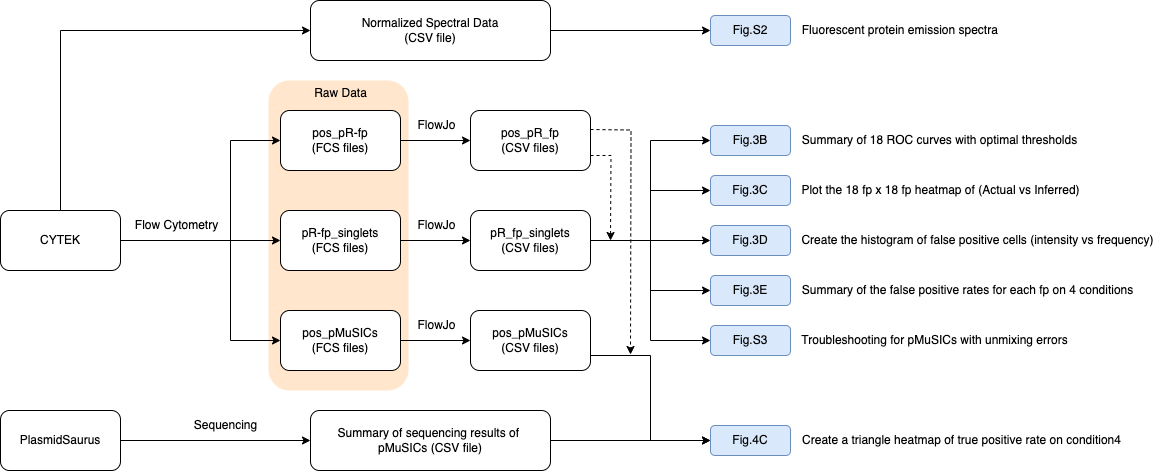
Above: structure_tree.png in birtwistlelab/MuSIC-Fluorescent-Protein-Barcodes--Spectral_Unmixing (draw.io), before the change. Source tidied: cells renumbered, new cells last; positions are measured from the earlier drawing's top-left corner, leaving out a move shared by most shapes.
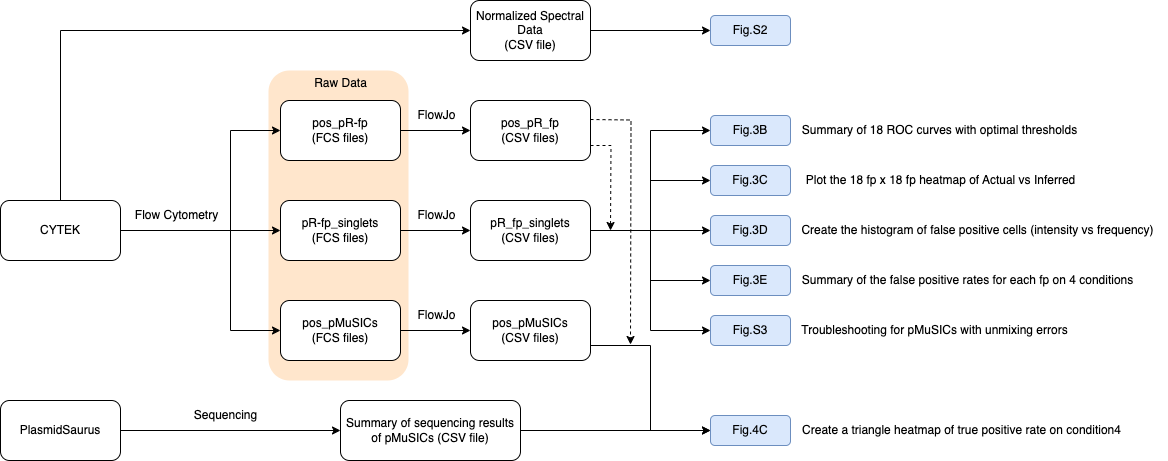
After the commit.

Change to the diagram source:
```diff
@@ -86,7 +86,7 @@
       <mxGeometry relative="1" as="geometry" />
     </mxCell>
     <mxCell id="28" value="Normalized Spectral Data&lt;div&gt;(CSV file)&lt;/div&gt;" style="rounded=1;whiteSpace=wrap;html=1;" parent="1" vertex="1">
-      <mxGeometry x="310" width="240" height="60" as="geometry" />
+      <mxGeometry x="470" y="10" width="120" height="60" as="geometry" />
     </mxCell>
     <mxCell id="29" style="edgeStyle=orthogonalEdgeStyle;rounded=0;jettySize=auto;html=1;exitX=1;exitY=0.5;exitDx=0;exitDy=0;entryX=0;entryY=0.5;entryDx=0;entryDy=0;" parent="1" edge="1" source="33" target="4">
       <mxGeometry relative="1" as="geometry">
@@ -114,7 +114,7 @@
       <mxGeometry y="210" width="120" height="60" as="geometry" />
     </mxCell>
     <mxCell id="34" value="Fig.S2" style="rounded=1;whiteSpace=wrap;html=1;fillColor=#dae8fc;strokeColor=#6c8ebf;" parent="1" vertex="1">
-      <mxGeometry x="710" y="15" width="80" height="30" as="geometry" />
+      <mxGeometry x="710" y="25" width="80" height="30" as="geometry" />
     </mxCell>
     <mxCell id="35" style="edgeStyle=orthogonalEdgeStyle;rounded=0;jettySize=auto;html=1;exitX=1;exitY=0.5;exitDx=0;exitDy=0;entryX=0;entryY=0.5;entryDx=0;entryDy=0;" parent="1" edge="1" source="36" target="38">
       <mxGeometry relative="1" as="geometry" />
@@ -125,8 +125,8 @@
     <mxCell id="37" style="edgeStyle=orthogonalEdgeStyle;rounded=0;jettySize=auto;html=1;exitX=1;exitY=0.5;exitDx=0;exitDy=0;entryX=0;entryY=0.5;entryDx=0;entryDy=0;" parent="1" edge="1" source="38" target="40">
       <mxGeometry relative="1" as="geometry" />
     </mxCell>
-    <mxCell id="38" value="Summary of sequencing results of&amp;nbsp;&lt;div&gt;pMuSICs (CSV file)&lt;/div&gt;" style="rounded=1;whiteSpace=wrap;html=1;" parent="1" vertex="1">
-      <mxGeometry x="310" y="410" width="240" height="60" as="geometry" />
+    <mxCell id="38" value="Summary of sequencing results of pMuSICs (CSV file)" style="rounded=1;whiteSpace=wrap;html=1;" parent="1" vertex="1">
+      <mxGeometry x="340" y="410" width="180" height="60" as="geometry" />
     </mxCell>
     <mxCell id="39" value="Fig.S3" style="rounded=1;whiteSpace=wrap;html=1;fillColor=#dae8fc;strokeColor=#6c8ebf;" parent="1" vertex="1">
       <mxGeometry x="710" y="325" width="80" height="30" as="geometry" />
@@ -137,8 +137,8 @@
     <mxCell id="41" value="Summary of 18 ROC curves with optimal thresholds" style="text;html=1;align=center;verticalAlign=middle;strokeColor=none;fillColor=none;" parent="1" vertex="1">
       <mxGeometry x="789" y="125" width="300" height="30" as="geometry" />
     </mxCell>
-    <mxCell id="42" value="Plot the 18 fp x 18 fp heatmap of (Actual vs Inferred)" style="text;html=1;align=center;verticalAlign=middle;strokeColor=none;fillColor=none;" parent="1" vertex="1">
-      <mxGeometry x="790" y="175" width="300" height="30" as="geometry" />
+    <mxCell id="42" value="Plot the 18 fp x 18 fp heatmap of Actual vs Inferred" style="text;html=1;align=center;verticalAlign=middle;strokeColor=none;fillColor=none;" parent="1" vertex="1">
+      <mxGeometry x="795" y="175" width="290" height="30" as="geometry" />
     </mxCell>
     <mxCell id="43" value="Create the histogram of false positive cells (intensity vs frequency)" style="text;html=1;align=center;verticalAlign=middle;strokeColor=none;fillColor=none;" parent="1" vertex="1">
       <mxGeometry x="787" y="225" width="380" height="30" as="geometry" />
@@ -161,8 +161,5 @@
     <mxCell id="49" value="Sequencing" style="text;html=1;align=center;verticalAlign=middle;strokeColor=none;fillColor=none;" parent="1" vertex="1">
       <mxGeometry x="180" y="410" width="90" height="30" as="geometry" />
     </mxCell>
-    <mxCell id="50" value="Fluorescent protein emission spectra&amp;nbsp;" style="text;html=1;align=center;verticalAlign=middle;strokeColor=none;fillColor=none;" parent="1" vertex="1">
-      <mxGeometry x="791" y="15" width="220" height="30" as="geometry" />
-    </mxCell>
   </root>
 </mxGraphModel>
```
